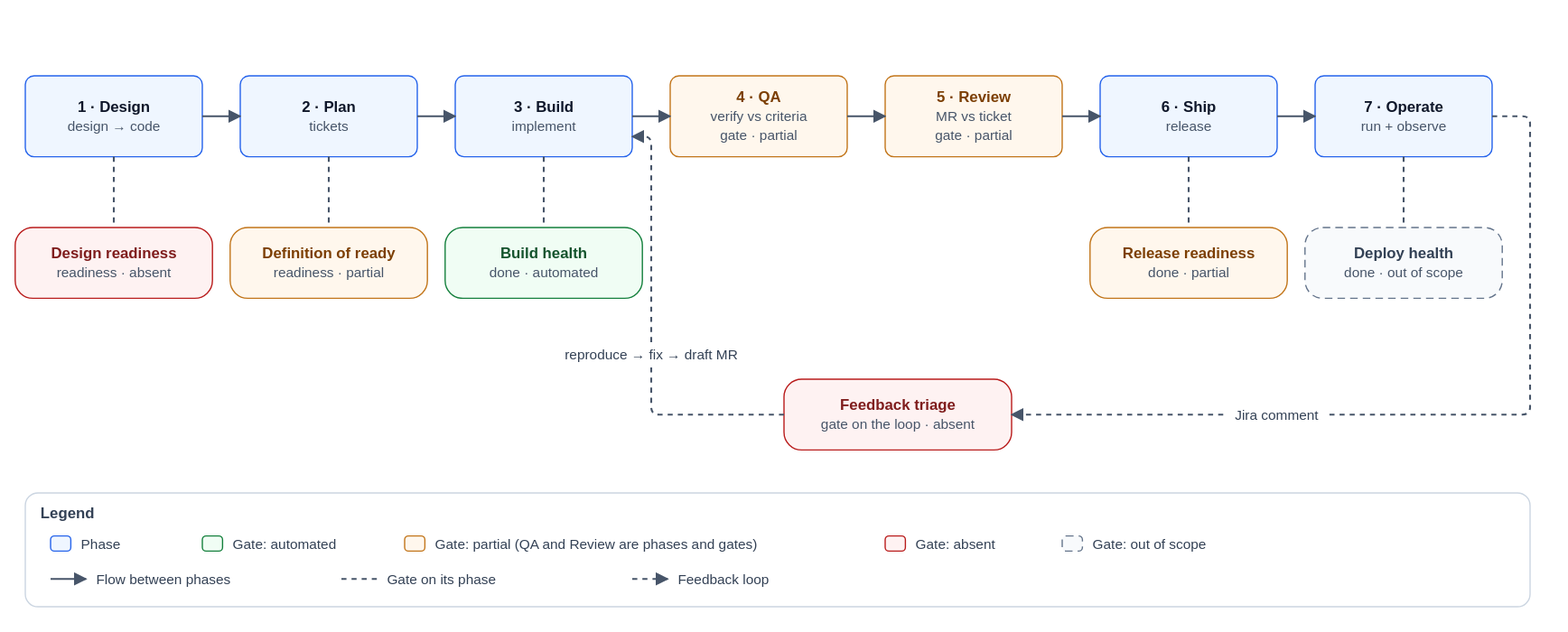
Above: docs/diagrams/pipeline.drawio.svg in wpots/ai-workflows (draw.io), before the change. Source tidied: cells renumbered, new cells last; positions are measured from the earlier drawing's top-left corner, leaving out a move shared by most shapes. The source it was exported from:
```xml
<mxGraphModel>
  <root>
    <mxCell id="0" />
    <mxCell id="1" parent="0" />
    <mxCell id="2" value="&lt;b&gt;1 · Design&lt;/b&gt;&lt;br&gt;&lt;span style=&quot;font-size:11px;color:#475569&quot;&gt;design → code&lt;/span&gt;" style="rounded=1;absoluteArcSize=1;arcSize=14;whiteSpace=wrap;html=1;fillColor=#EFF6FF;strokeColor=#2563EB;fontColor=#0F172A;fontSize=12;fontFamily=Helvetica;" parent="1" vertex="1">
      <mxGeometry x="8" width="140" height="64" as="geometry" />
    </mxCell>
    <mxCell id="3" value="&lt;b&gt;2 · Plan&lt;/b&gt;&lt;br&gt;&lt;span style=&quot;font-size:11px;color:#475569&quot;&gt;tickets&lt;/span&gt;" style="rounded=1;absoluteArcSize=1;arcSize=14;whiteSpace=wrap;html=1;fillColor=#EFF6FF;strokeColor=#2563EB;fontColor=#0F172A;fontSize=12;fontFamily=Helvetica;" parent="1" vertex="1">
      <mxGeometry x="178" width="140" height="64" as="geometry" />
    </mxCell>
    <mxCell id="4" value="&lt;b&gt;3 · Build&lt;/b&gt;&lt;br&gt;&lt;span style=&quot;font-size:11px;color:#475569&quot;&gt;implement&lt;/span&gt;" style="rounded=1;absoluteArcSize=1;arcSize=14;whiteSpace=wrap;html=1;fillColor=#EFF6FF;strokeColor=#2563EB;fontColor=#0F172A;fontSize=12;fontFamily=Helvetica;" parent="1" vertex="1">
      <mxGeometry x="348" width="140" height="64" as="geometry" />
    </mxCell>
    <mxCell id="5" value="&lt;b&gt;4 · QA&lt;/b&gt;&lt;br&gt;&lt;span style=&quot;font-size:11px;color:#475569&quot;&gt;verify vs criteria&lt;br&gt;gate · partial&lt;/span&gt;" style="rounded=1;absoluteArcSize=1;arcSize=14;whiteSpace=wrap;html=1;fillColor=#FFF7ED;strokeColor=#C2751A;fontColor=#7C3F04;fontSize=12;fontFamily=Helvetica;" parent="1" vertex="1">
      <mxGeometry x="518" width="140" height="64" as="geometry" />
    </mxCell>
    <mxCell id="6" value="&lt;b&gt;5 · Review&lt;/b&gt;&lt;br&gt;&lt;span style=&quot;font-size:11px;color:#475569&quot;&gt;MR vs ticket&lt;br&gt;gate · partial&lt;/span&gt;" style="rounded=1;absoluteArcSize=1;arcSize=14;whiteSpace=wrap;html=1;fillColor=#FFF7ED;strokeColor=#C2751A;fontColor=#7C3F04;fontSize=12;fontFamily=Helvetica;" parent="1" vertex="1">
      <mxGeometry x="688" width="140" height="64" as="geometry" />
    </mxCell>
    <mxCell id="7" value="&lt;b&gt;6 · Ship&lt;/b&gt;&lt;br&gt;&lt;span style=&quot;font-size:11px;color:#475569&quot;&gt;release&lt;/span&gt;" style="rounded=1;absoluteArcSize=1;arcSize=14;whiteSpace=wrap;html=1;fillColor=#EFF6FF;strokeColor=#2563EB;fontColor=#0F172A;fontSize=12;fontFamily=Helvetica;" parent="1" vertex="1">
      <mxGeometry x="858" width="140" height="64" as="geometry" />
    </mxCell>
    <mxCell id="8" value="&lt;b&gt;7 · Operate&lt;/b&gt;&lt;br&gt;&lt;span style=&quot;font-size:11px;color:#475569&quot;&gt;run + observe&lt;/span&gt;" style="rounded=1;absoluteArcSize=1;arcSize=14;whiteSpace=wrap;html=1;fillColor=#EFF6FF;strokeColor=#2563EB;fontColor=#0F172A;fontSize=12;fontFamily=Helvetica;" parent="1" vertex="1">
      <mxGeometry x="1028" width="140" height="64" as="geometry" />
    </mxCell>
    <mxCell id="9" value="&lt;b&gt;Design readiness&lt;/b&gt;&lt;br&gt;&lt;span style=&quot;font-size:11px;color:#475569&quot;&gt;readiness · absent&lt;/span&gt;" style="rounded=1;absoluteArcSize=1;arcSize=28;whiteSpace=wrap;html=1;fillColor=#FEF2F2;strokeColor=#B91C1C;fontColor=#7F1D1D;fontSize=12;fontFamily=Helvetica;" parent="1" vertex="1">
      <mxGeometry y="120" width="156" height="56" as="geometry" />
    </mxCell>
    <mxCell id="10" value="&lt;b&gt;Definition of ready&lt;/b&gt;&lt;br&gt;&lt;span style=&quot;font-size:11px;color:#475569&quot;&gt;readiness · partial&lt;/span&gt;" style="rounded=1;absoluteArcSize=1;arcSize=28;whiteSpace=wrap;html=1;fillColor=#FFF7ED;strokeColor=#C2751A;fontColor=#7C3F04;fontSize=12;fontFamily=Helvetica;" parent="1" vertex="1">
      <mxGeometry x="170" y="120" width="156" height="56" as="geometry" />
    </mxCell>
    <mxCell id="11" value="&lt;b&gt;Build health&lt;/b&gt;&lt;br&gt;&lt;span style=&quot;font-size:11px;color:#475569&quot;&gt;done · automated&lt;/span&gt;" style="rounded=1;absoluteArcSize=1;arcSize=28;whiteSpace=wrap;html=1;fillColor=#F0FDF4;strokeColor=#15803D;fontColor=#14532D;fontSize=12;fontFamily=Helvetica;" parent="1" vertex="1">
      <mxGeometry x="340" y="120" width="156" height="56" as="geometry" />
    </mxCell>
    <mxCell id="12" value="&lt;b&gt;Release readiness&lt;/b&gt;&lt;br&gt;&lt;span style=&quot;font-size:11px;color:#475569&quot;&gt;done · partial&lt;/span&gt;" style="rounded=1;absoluteArcSize=1;arcSize=28;whiteSpace=wrap;html=1;fillColor=#FFF7ED;strokeColor=#C2751A;fontColor=#7C3F04;fontSize=12;fontFamily=Helvetica;" parent="1" vertex="1">
      <mxGeometry x="850" y="120" width="156" height="56" as="geometry" />
    </mxCell>
    <mxCell id="13" value="&lt;b&gt;Deploy health&lt;/b&gt;&lt;br&gt;&lt;span style=&quot;font-size:11px;color:#475569&quot;&gt;done · out of scope&lt;/span&gt;" style="rounded=1;absoluteArcSize=1;arcSize=28;whiteSpace=wrap;html=1;fillColor=#F8FAFC;strokeColor=#64748B;fontColor=#334155;fontSize=12;fontFamily=Helvetica;dashed=1;dashPattern=6 4;" parent="1" vertex="1">
      <mxGeometry x="1020" y="120" width="156" height="56" as="geometry" />
    </mxCell>
    <mxCell id="14" value="&lt;b&gt;Feedback triage&lt;/b&gt;&lt;br&gt;&lt;span style=&quot;font-size:11px;color:#475569&quot;&gt;gate on the loop · absent&lt;/span&gt;" style="rounded=1;absoluteArcSize=1;arcSize=28;whiteSpace=wrap;html=1;fillColor=#FEF2F2;strokeColor=#B91C1C;fontColor=#7F1D1D;fontSize=12;fontFamily=Helvetica;" parent="1" vertex="1">
      <mxGeometry x="608" y="240" width="180" height="56" as="geometry" />
    </mxCell>
    <mxCell id="15" value="Legend" style="rounded=1;absoluteArcSize=1;arcSize=20;verticalAlign=top;align=left;spacingLeft=12;spacingTop=4;fontStyle=1;whiteSpace=wrap;html=1;fillColor=#FFFFFF;strokeColor=#CBD5E1;fontColor=#334155;fontSize=12;fontFamily=Helvetica;" parent="1" vertex="1">
      <mxGeometry x="8" y="330" width="1190" height="90" as="geometry" />
    </mxCell>
    <mxCell id="16" style="rounded=1;absoluteArcSize=1;arcSize=6;whiteSpace=wrap;html=1;fillColor=#EFF6FF;strokeColor=#2563EB;fontColor=#0F172A;fontSize=12;fontFamily=Helvetica;" parent="15" vertex="1">
      <mxGeometry x="20" y="34" width="16" height="12" as="geometry" />
    </mxCell>
    <mxCell id="17" value="Phase" style="text;html=1;align=left;verticalAlign=middle;fontSize=11;fontColor=#334155;fontFamily=Helvetica;" parent="15" vertex="1">
      <mxGeometry x="44" y="32" width="80" height="16" as="geometry" />
    </mxCell>
    <mxCell id="18" style="rounded=1;absoluteArcSize=1;arcSize=6;whiteSpace=wrap;html=1;fillColor=#F0FDF4;strokeColor=#15803D;fontColor=#14532D;fontSize=12;fontFamily=Helvetica;" parent="15" vertex="1">
      <mxGeometry x="140" y="34" width="16" height="12" as="geometry" />
    </mxCell>
    <mxCell id="19" value="Gate: automated" style="text;html=1;align=left;verticalAlign=middle;fontSize=11;fontColor=#334155;fontFamily=Helvetica;" parent="15" vertex="1">
      <mxGeometry x="164" y="32" width="110" height="16" as="geometry" />
    </mxCell>
    <mxCell id="20" style="rounded=1;absoluteArcSize=1;arcSize=6;whiteSpace=wrap;html=1;fillColor=#FFF7ED;strokeColor=#C2751A;fontColor=#7C3F04;fontSize=12;fontFamily=Helvetica;" parent="15" vertex="1">
      <mxGeometry x="300" y="34" width="16" height="12" as="geometry" />
    </mxCell>
    <mxCell id="21" value="Gate: partial (QA and Review are phases and gates)" style="text;html=1;align=left;verticalAlign=middle;fontSize=11;fontColor=#334155;fontFamily=Helvetica;" parent="15" vertex="1">
      <mxGeometry x="324" y="32" width="320" height="16" as="geometry" />
    </mxCell>
    <mxCell id="22" style="rounded=1;absoluteArcSize=1;arcSize=6;whiteSpace=wrap;html=1;fillColor=#FEF2F2;strokeColor=#B91C1C;fontColor=#7F1D1D;fontSize=12;fontFamily=Helvetica;" parent="15" vertex="1">
      <mxGeometry x="680" y="34" width="16" height="12" as="geometry" />
    </mxCell>
    <mxCell id="23" value="Gate: absent" style="text;html=1;align=left;verticalAlign=middle;fontSize=11;fontColor=#334155;fontFamily=Helvetica;" parent="15" vertex="1">
      <mxGeometry x="704" y="32" width="90" height="16" as="geometry" />
    </mxCell>
    <mxCell id="24" style="rounded=1;absoluteArcSize=1;arcSize=6;whiteSpace=wrap;html=1;fillColor=#F8FAFC;strokeColor=#64748B;fontColor=#334155;fontSize=12;fontFamily=Helvetica;" parent="15" vertex="1">
      <mxGeometry x="820" y="34" width="16" height="12" as="geometry" />
    </mxCell>
    <mxCell id="25" value="Gate: out of scope" style="text;html=1;align=left;verticalAlign=middle;fontSize=11;fontColor=#334155;fontFamily=Helvetica;" parent="15" vertex="1">
      <mxGeometry x="844" y="32" width="130" height="16" as="geometry" />
    </mxCell>
    <mxCell id="26" style="line;strokeWidth=1.5;strokeColor=#475569;html=1;" parent="15" vertex="1">
      <mxGeometry x="20" y="62" width="28" height="12" as="geometry" />
    </mxCell>
    <mxCell id="27" value="Flow between phases" style="text;html=1;align=left;verticalAlign=middle;fontSize=11;fontColor=#334155;fontFamily=Helvetica;" parent="15" vertex="1">
      <mxGeometry x="56" y="60" width="180" height="16" as="geometry" />
    </mxCell>
    <mxCell id="28" style="line;strokeWidth=1.5;strokeColor=#475569;html=1;dashed=1;dashPattern=4 4;" parent="15" vertex="1">
      <mxGeometry x="250" y="62" width="28" height="12" as="geometry" />
    </mxCell>
    <mxCell id="29" value="Gate on its phase" style="text;html=1;align=left;verticalAlign=middle;fontSize=11;fontColor=#334155;fontFamily=Helvetica;" parent="15" vertex="1">
      <mxGeometry x="286" y="60" width="180" height="16" as="geometry" />
    </mxCell>
    <mxCell id="30" style="line;strokeWidth=1.5;strokeColor=#475569;html=1;dashed=1;dashPattern=4 4;" parent="15" vertex="1">
      <mxGeometry x="480" y="62" width="28" height="12" as="geometry" />
    </mxCell>
    <mxCell id="31" value="Feedback loop" style="text;html=1;align=left;verticalAlign=middle;fontSize=11;fontColor=#334155;fontFamily=Helvetica;" parent="15" vertex="1">
      <mxGeometry x="516" y="60" width="180" height="16" as="geometry" />
    </mxCell>
    <mxCell id="32" style="edgeStyle=orthogonalEdgeStyle;rounded=1;html=1;strokeColor=#475569;strokeWidth=1.5;endArrow=block;endFill=1;endSize=6;fontSize=11;fontColor=#334155;fontFamily=Helvetica;labelBackgroundColor=#FFFFFF;exitX=1.0000;exitY=0.5000;exitDx=0;exitDy=0;entryX=0.0000;entryY=0.5000;entryDx=0;entryDy=0;" parent="1" edge="1" source="2" target="3">
      <mxGeometry relative="1" as="geometry" />
    </mxCell>
    <mxCell id="33" style="edgeStyle=orthogonalEdgeStyle;rounded=1;html=1;strokeColor=#475569;strokeWidth=1.5;endArrow=block;endFill=1;endSize=6;fontSize=11;fontColor=#334155;fontFamily=Helvetica;labelBackgroundColor=#FFFFFF;exitX=1.0000;exitY=0.5000;exitDx=0;exitDy=0;entryX=0.0000;entryY=0.5000;entryDx=0;entryDy=0;" parent="1" edge="1" source="3" target="4">
      <mxGeometry relative="1" as="geometry" />
    </mxCell>
    <mxCell id="34" style="edgeStyle=orthogonalEdgeStyle;rounded=1;html=1;strokeColor=#475569;strokeWidth=1.5;endArrow=block;endFill=1;endSize=6;fontSize=11;fontColor=#334155;fontFamily=Helvetica;labelBackgroundColor=#FFFFFF;exitX=1.0000;exitY=0.5000;exitDx=0;exitDy=0;entryX=0.0000;entryY=0.5000;entryDx=0;entryDy=0;" parent="1" edge="1" source="4" target="5">
      <mxGeometry relative="1" as="geometry" />
    </mxCell>
    <mxCell id="35" style="edgeStyle=orthogonalEdgeStyle;rounded=1;html=1;strokeColor=#475569;strokeWidth=1.5;endArrow=block;endFill=1;endSize=6;fontSize=11;fontColor=#334155;fontFamily=Helvetica;labelBackgroundColor=#FFFFFF;exitX=1.0000;exitY=0.5000;exitDx=0;exitDy=0;entryX=0.0000;entryY=0.5000;entryDx=0;entryDy=0;" parent="1" edge="1" source="5" target="6">
      <mxGeometry relative="1" as="geometry" />
    </mxCell>
    <mxCell id="36" style="edgeStyle=orthogonalEdgeStyle;rounded=1;html=1;strokeColor=#475569;strokeWidth=1.5;endArrow=block;endFill=1;endSize=6;fontSize=11;fontColor=#334155;fontFamily=Helvetica;labelBackgroundColor=#FFFFFF;exitX=1.0000;exitY=0.5000;exitDx=0;exitDy=0;entryX=0.0000;entryY=0.5000;entryDx=0;entryDy=0;" parent="1" edge="1" source="6" target="7">
      <mxGeometry relative="1" as="geometry" />
    </mxCell>
    <mxCell id="37" style="edgeStyle=orthogonalEdgeStyle;rounded=1;html=1;strokeColor=#475569;strokeWidth=1.5;endArrow=block;endFill=1;endSize=6;fontSize=11;fontColor=#334155;fontFamily=Helvetica;labelBackgroundColor=#FFFFFF;exitX=1.0000;exitY=0.5000;exitDx=0;exitDy=0;entryX=0.0000;entryY=0.5000;entryDx=0;entryDy=0;" parent="1" edge="1" source="7" target="8">
      <mxGeometry relative="1" as="geometry" />
    </mxCell>
    <mxCell id="38" style="edgeStyle=orthogonalEdgeStyle;rounded=1;html=1;strokeColor=#475569;strokeWidth=1.5;endArrow=none;fontSize=11;fontColor=#334155;fontFamily=Helvetica;labelBackgroundColor=#FFFFFF;exitX=0.5000;exitY=1.0000;exitDx=0;exitDy=0;entryX=0.5000;entryY=0.0000;entryDx=0;entryDy=0;dashed=1;dashPattern=4 4;" parent="1" edge="1" source="2" target="9">
      <mxGeometry relative="1" as="geometry" />
    </mxCell>
    <mxCell id="39" style="edgeStyle=orthogonalEdgeStyle;rounded=1;html=1;strokeColor=#475569;strokeWidth=1.5;endArrow=none;fontSize=11;fontColor=#334155;fontFamily=Helvetica;labelBackgroundColor=#FFFFFF;exitX=0.5000;exitY=1.0000;exitDx=0;exitDy=0;entryX=0.5000;entryY=0.0000;entryDx=0;entryDy=0;dashed=1;dashPattern=4 4;" parent="1" edge="1" source="3" target="10">
      <mxGeometry relative="1" as="geometry" />
    </mxCell>
    <mxCell id="40" style="edgeStyle=orthogonalEdgeStyle;rounded=1;html=1;strokeColor=#475569;strokeWidth=1.5;endArrow=none;fontSize=11;fontColor=#334155;fontFamily=Helvetica;labelBackgroundColor=#FFFFFF;exitX=0.5000;exitY=1.0000;exitDx=0;exitDy=0;entryX=0.5000;entryY=0.0000;entryDx=0;entryDy=0;dashed=1;dashPattern=4 4;" parent="1" edge="1" source="4" target="11">
      <mxGeometry relative="1" as="geometry" />
    </mxCell>
    <mxCell id="41" style="edgeStyle=orthogonalEdgeStyle;rounded=1;html=1;strokeColor=#475569;strokeWidth=1.5;endArrow=none;fontSize=11;fontColor=#334155;fontFamily=Helvetica;labelBackgroundColor=#FFFFFF;exitX=0.5000;exitY=1.0000;exitDx=0;exitDy=0;entryX=0.5000;entryY=0.0000;entryDx=0;entryDy=0;dashed=1;dashPattern=4 4;" parent="1" edge="1" source="7" target="12">
      <mxGeometry relative="1" as="geometry" />
    </mxCell>
    <mxCell id="42" style="edgeStyle=orthogonalEdgeStyle;rounded=1;html=1;strokeColor=#475569;strokeWidth=1.5;endArrow=none;fontSize=11;fontColor=#334155;fontFamily=Helvetica;labelBackgroundColor=#FFFFFF;exitX=0.5000;exitY=1.0000;exitDx=0;exitDy=0;entryX=0.5000;entryY=0.0000;entryDx=0;entryDy=0;dashed=1;dashPattern=4 4;" parent="1" edge="1" source="8" target="13">
      <mxGeometry relative="1" as="geometry" />
    </mxCell>
    <mxCell id="43" value="Jira comment" style="edgeStyle=orthogonalEdgeStyle;rounded=1;html=1;strokeColor=#475569;strokeWidth=1.5;endArrow=block;endFill=1;endSize=6;fontSize=11;fontColor=#334155;fontFamily=Helvetica;labelBackgroundColor=#FFFFFF;exitX=1.0000;exitY=0.5000;exitDx=0;exitDy=0;entryX=1.0000;entryY=0.5000;entryDx=0;entryDy=0;dashed=1;dashPattern=4 4;" parent="1" edge="1" source="8" target="14">
      <mxGeometry x="0.38" relative="1" as="geometry">
        <Array as="points">
          <mxPoint x="1198" y="32" />
          <mxPoint x="1198" y="268" />
        </Array>
      </mxGeometry>
    </mxCell>
    <mxCell id="44" value="reproduce → fix → draft MR" style="edgeStyle=orthogonalEdgeStyle;rounded=1;html=1;strokeColor=#475569;strokeWidth=1.5;endArrow=block;endFill=1;endSize=6;fontSize=11;fontColor=#334155;fontFamily=Helvetica;labelBackgroundColor=#FFFFFF;exitX=0.0000;exitY=0.5000;exitDx=0;exitDy=0;entryX=1.0000;entryY=0.7500;entryDx=0;entryDy=0;dashed=1;dashPattern=4 4;" parent="1" edge="1" source="14" target="4">
      <mxGeometry x="-0.1" relative="1" as="geometry">
        <Array as="points">
          <mxPoint x="503" y="268" />
          <mxPoint x="503" y="48" />
        </Array>
      </mxGeometry>
    </mxCell>
  </root>
</mxGraphModel>
```
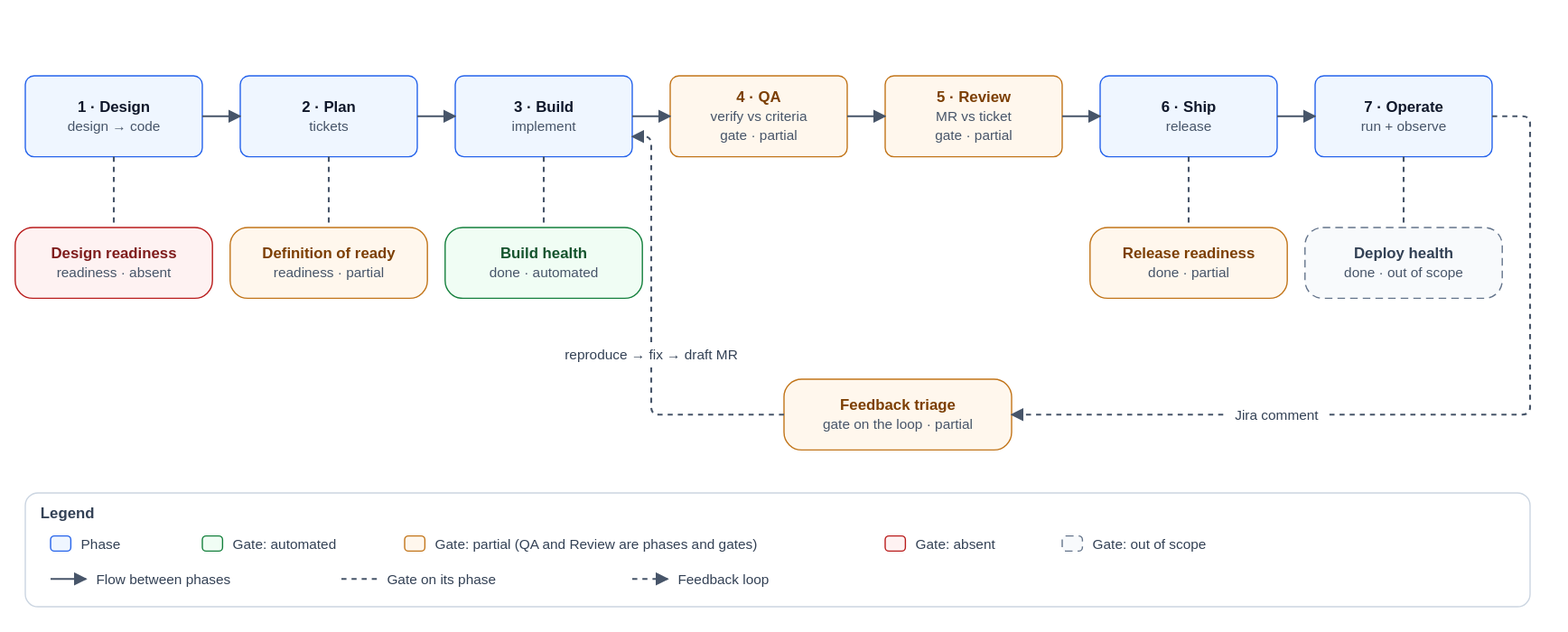
Above is the later version.

Change to the diagram source:
```diff
@@ -38,7 +38,7 @@
     <mxCell id="13" value="&lt;b&gt;Deploy health&lt;/b&gt;&lt;br&gt;&lt;span style=&quot;font-size:11px;color:#475569&quot;&gt;done · out of scope&lt;/span&gt;" style="rounded=1;absoluteArcSize=1;arcSize=28;whiteSpace=wrap;html=1;fillColor=#F8FAFC;strokeColor=#64748B;fontColor=#334155;fontSize=12;fontFamily=Helvetica;dashed=1;dashPattern=6 4;" parent="1" vertex="1">
       <mxGeometry x="1020" y="120" width="156" height="56" as="geometry" />
     </mxCell>
-    <mxCell id="14" value="&lt;b&gt;Feedback triage&lt;/b&gt;&lt;br&gt;&lt;span style=&quot;font-size:11px;color:#475569&quot;&gt;gate on the loop · absent&lt;/span&gt;" style="rounded=1;absoluteArcSize=1;arcSize=28;whiteSpace=wrap;html=1;fillColor=#FEF2F2;strokeColor=#B91C1C;fontColor=#7F1D1D;fontSize=12;fontFamily=Helvetica;" parent="1" vertex="1">
+    <mxCell id="14" value="&lt;b&gt;Feedback triage&lt;/b&gt;&lt;br&gt;&lt;span style=&quot;font-size:11px;color:#475569&quot;&gt;gate on the loop · partial&lt;/span&gt;" style="rounded=1;absoluteArcSize=1;arcSize=28;whiteSpace=wrap;html=1;fillColor=#FFF7ED;strokeColor=#C2751A;fontColor=#7C3F04;fontSize=12;fontFamily=Helvetica;" parent="1" vertex="1">
       <mxGeometry x="608" y="240" width="180" height="56" as="geometry" />
     </mxCell>
     <mxCell id="15" value="Legend" style="rounded=1;absoluteArcSize=1;arcSize=20;verticalAlign=top;align=left;spacingLeft=12;spacingTop=4;fontStyle=1;whiteSpace=wrap;html=1;fillColor=#FFFFFF;strokeColor=#CBD5E1;fontColor=#334155;fontSize=12;fontFamily=Helvetica;" parent="1" vertex="1">
```
